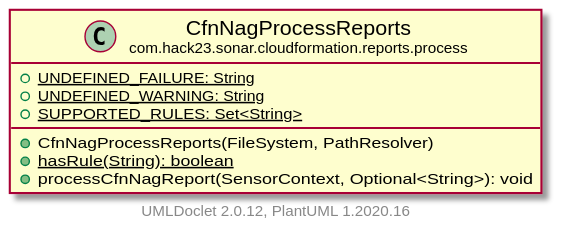
The PlantUML diagram testapidocs/com/hack23/sonar/cloudformation/reports/process/CfnNagProcessReports.svg in Hack23/sonar-cloudformation-plugin, before a commit.
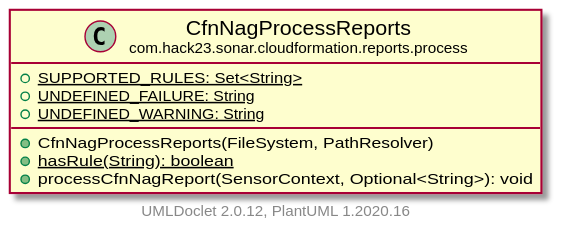
Above is the later version.

Diff of the diagram source:
```diff
@@ -4,9 +4,9 @@
     hide empty methods
 
     class "<size:14>CfnNagProcessReports\n<size:10>com.hack23.sonar.cloudformation.reports.process" as com.hack23.sonar.cloudformation.reports.process.CfnNagProcessReports [[CfnNagProcessReports.html]] {
+        {static} +SUPPORTED_RULES: Set<String>
         {static} +UNDEFINED_FAILURE: String
         {static} +UNDEFINED_WARNING: String
-        {static} +SUPPORTED_RULES: Set<String>
         +CfnNagProcessReports(FileSystem, PathResolver)
         {static} +hasRule(String): boolean
         +processCfnNagReport(SensorContext, Optional<String>): void
```
